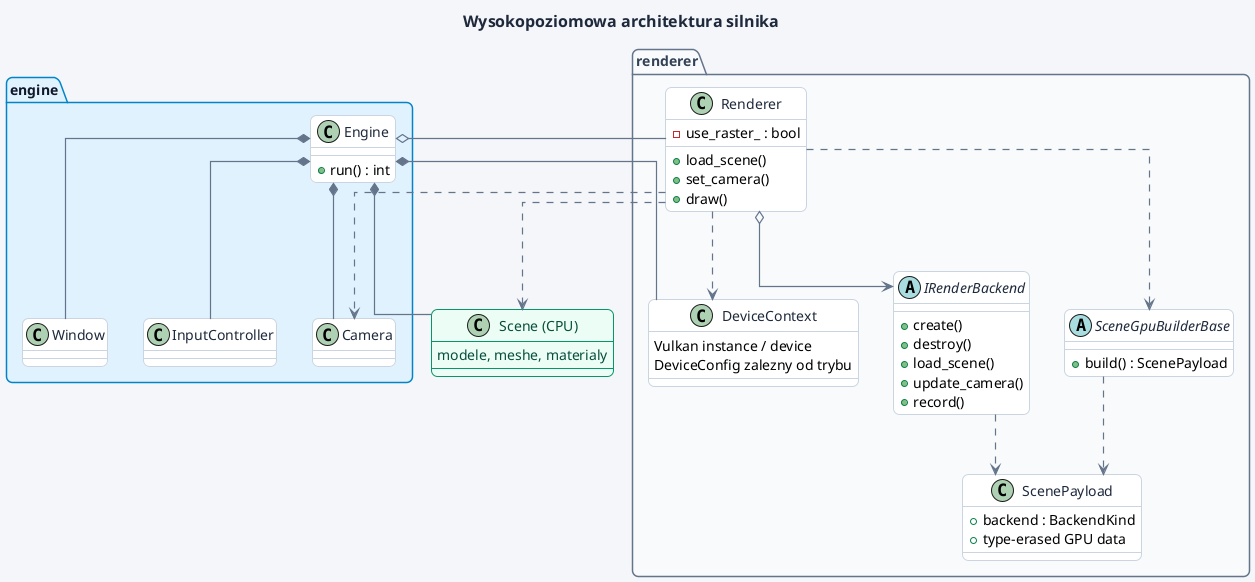
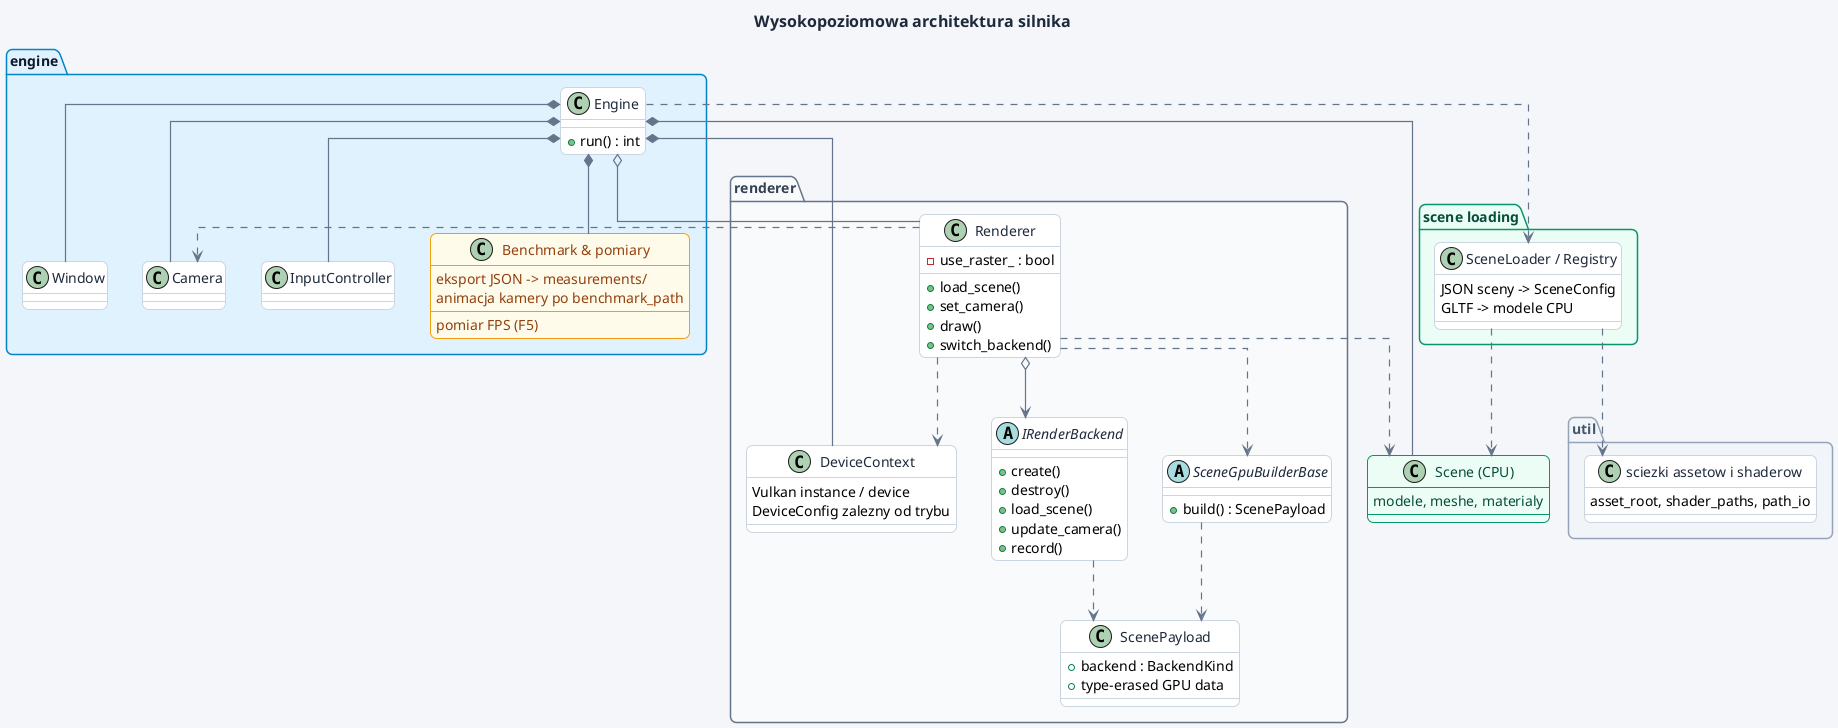
@startuml 01_overview
' Generate: plantuml -tsvg -tpng -o architecture/out architecture/diagrams/01_overview.puml

skinparam shadowing false
skinparam roundcorner 12
skinparam handwritten false
skinparam backgroundColor #F4F6F9
skinparam ArrowColor #64748B
skinparam ArrowThickness 1.2
skinparam linetype ortho

skinparam class {
  BackgroundColor #FFFFFF
  BorderColor #CBD5E1
  FontColor #1E293B
  BorderThickness 1
}

skinparam classAbstract {
  BackgroundColor #FFFFFF
  BorderColor #334155
  FontStyle italic
}

skinparam package {
  BackgroundColor #E0F2FE
  BorderColor #0284C7
  FontColor #0F172A
  FontStyle bold
  BorderThickness 1.5
}

skinparam title {
  FontColor #1E293B
  FontSize 16
  FontStyle bold
}

title Wysokopoziomowa architektura silnika

package engine {

  class Engine {
    + run() : int
  }

  class Window
  class Camera
  class InputController
+ 
+   class "Benchmark & pomiary" as Benchmark #FFFBEB;line:F59E0B;text:92400E {
+     pomiar FPS (F5)
+     eksport JSON -> measurements/
+     animacja kamery po benchmark_path
+   }
+ }
+ 
+ package "scene loading" #ECFDF5;line:059669;text:064E3B {
+ 
+   class "SceneLoader / Registry" as SceneLoading {
+     JSON sceny -> SceneConfig
+     GLTF -> modele CPU
+   }
}

class "Scene (CPU)" as SceneCPU #ECFDF5;line:059669;text:064E3B {
  modele, meshe, materialy
+ }
+ 
+ package util #F1F5F9;line:94A3B8;text:475569 {
+ 
+   class "sciezki assetow i shaderow" as UtilPaths {
+     asset_root, shader_paths, path_io
+   }
}

package renderer #F8FAFC;line:64748B;text:334155 {

  class DeviceContext {
    Vulkan instance / device
    DeviceConfig zalezny od trybu
  }

  class Renderer {
    - use_raster_ : bool
    + load_scene()
    + set_camera()
    + draw()
+     + switch_backend()
  }

  abstract class IRenderBackend {
    + create()
    + destroy()
    + load_scene()
    + update_camera()
    + record()
  }

  abstract class SceneGpuBuilderBase {
    + build() : ScenePayload
  }

  class ScenePayload {
    + backend : BackendKind
    + type-erased GPU data
  }
}

Engine *-- Window
Engine *-- Camera
Engine *-- InputController
Engine *-- SceneCPU
Engine *-- DeviceContext
+ Engine *-- Benchmark
Engine o-- Renderer
+ 
+ Engine ..> SceneLoading
+ SceneLoading ..> SceneCPU
+ SceneLoading ..> UtilPaths

Renderer o--> IRenderBackend
Renderer ..> SceneCPU
Renderer ..> Camera
Renderer ..> DeviceContext

SceneGpuBuilderBase ..> ScenePayload
IRenderBackend ..> ScenePayload
Renderer ..> SceneGpuBuilderBase

@enduml
